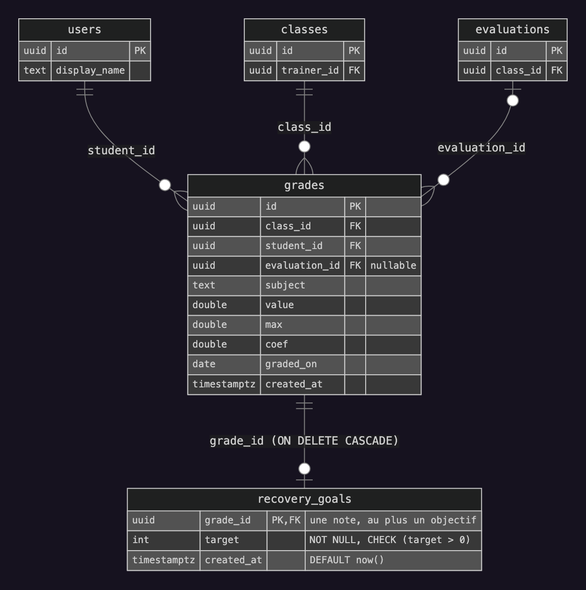
emerylenaiglaborderie-creator/slay-your-enemies-bts keeps this Mermaid diagram as docs/objectif-rattrapage/schema-suivi.png. Above is the earlier version. Its source is kept beside it as docs/objectif-rattrapage/schema-suivi.mmd. Source of this version:
```mermaid
erDiagram
  users ||--o{ grades : "student_id"
  classes ||--o{ grades : "class_id"
  evaluations |o--o{ grades : "evaluation_id"
  grades ||--o| recovery_goals : "grade_id (ON DELETE CASCADE)"
  grades {
    uuid id PK
    uuid class_id FK
    uuid student_id FK
    uuid evaluation_id FK "nullable"
    text subject
    double value
    double max
    double coef
    date graded_on
    timestamptz created_at
  }
  recovery_goals {
    uuid grade_id PK, FK "une note, au plus un objectif"
    int target "NOT NULL, CHECK (target > 0)"
    timestamptz created_at "DEFAULT now()"
  }
  users {
    uuid id PK
    text display_name
  }
  classes {
    uuid id PK
    uuid trainer_id FK
  }
  evaluations {
    uuid id PK
    uuid class_id FK
  }
```
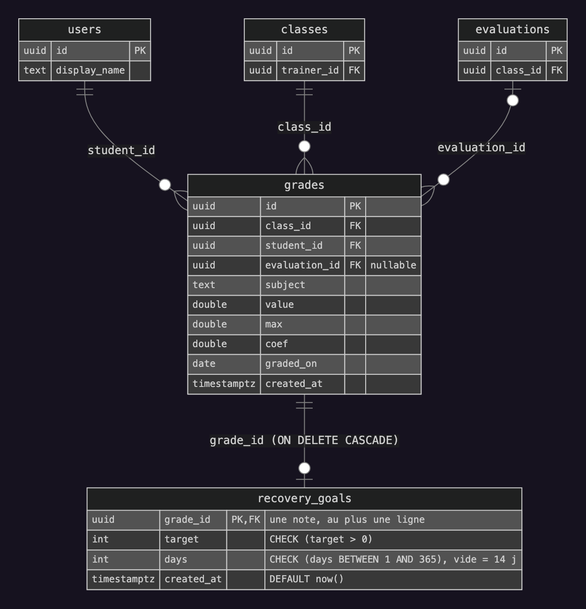
The same file after the commit.

Diff of the diagram source:
```diff
@@ -16,8 +16,9 @@
     timestamptz created_at
   }
   recovery_goals {
-    uuid grade_id PK, FK "une note, au plus un objectif"
-    int target "NOT NULL, CHECK (target > 0)"
+    uuid grade_id PK, FK "une note, au plus une ligne"
+    int target "CHECK (target > 0)"
+    int days "CHECK (days BETWEEN 1 AND 365), vide = 14 j"
     timestamptz created_at "DEFAULT now()"
   }
   users {
```
